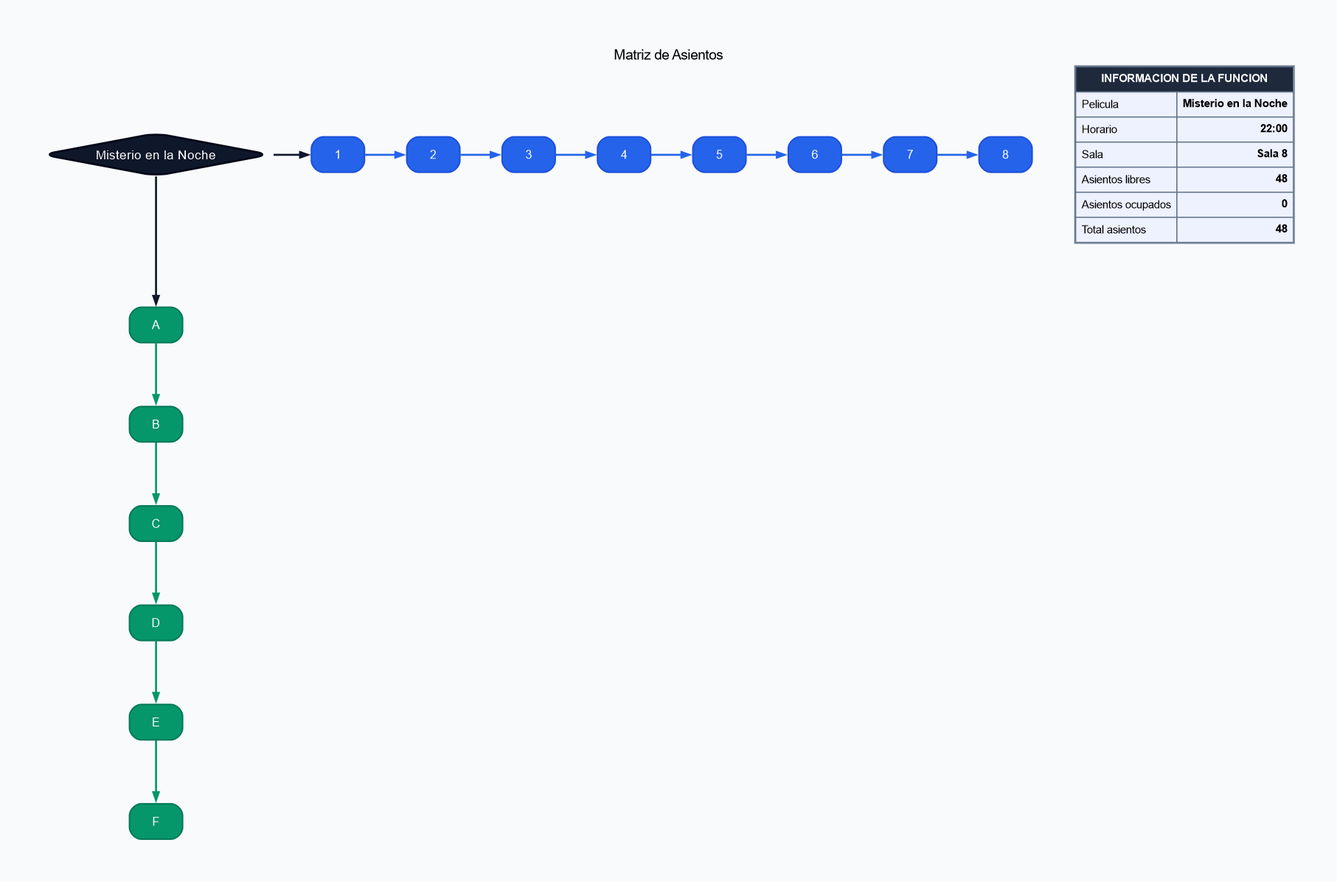
Above: EDD_Fase2/ProyectoF2/reportes/F080.png in MynorCanel/EDD_2S2026_PY_202307548 (Graphviz), before the change. Its source is kept beside it as EDD_Fase2/ProyectoF2/reportes/F080.dot.
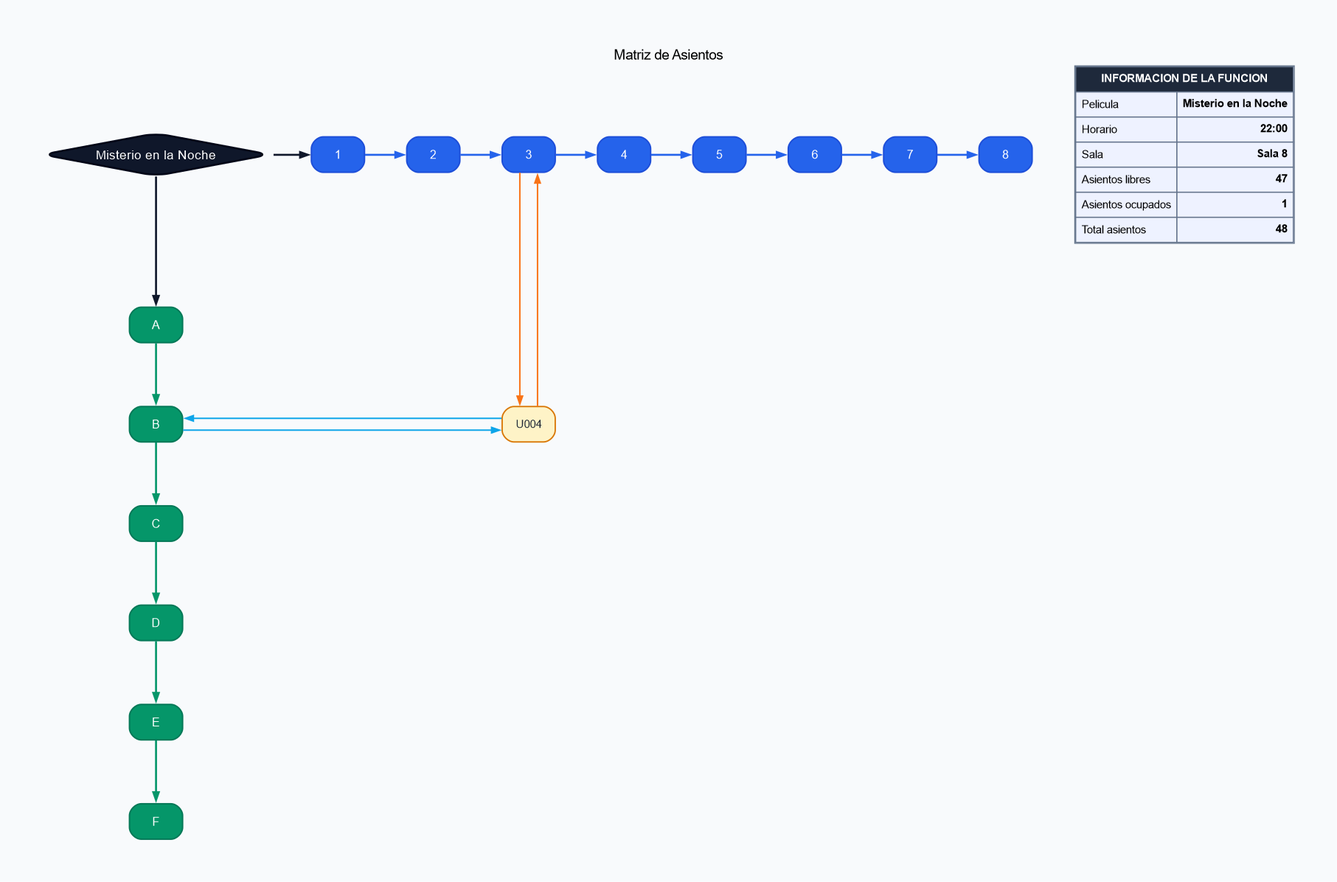
Later version of the same file.

What changed in the source:
```diff
@@ -27,7 +27,8 @@
 FilaE [label="E", style="rounded,filled", fillcolor="#059669", fontcolor=white, fontsize=12, group=0, color="#047857", penwidth=1.5];
 FilaF [label="F", style="rounded,filled", fillcolor="#059669", fontcolor=white, fontsize=12, group=0, color="#047857", penwidth=1.5];
 { rank=same; FilaA; }
-{ rank=same; FilaB; }
+{ rank=same; FilaB; NodoB3 [label="U004", style="rounded,filled", fillcolor="#fef3c7", fontcolor="#1f2937", group=3, color="#d97706", penwidth=1.4];
+NodoB3; }
 { rank=same; FilaC; }
 { rank=same; FilaD; }
 { rank=same; FilaE; }
@@ -46,6 +47,10 @@
 FilaC -> FilaD [color="#059669", penwidth=2, arrowhead=normal];
 FilaD -> FilaE [color="#059669", penwidth=2, arrowhead=normal];
 FilaE -> FilaF [color="#059669", penwidth=2, arrowhead=normal];
-Informacion [label=<<TABLE BORDER="1" CELLBORDER="1" CELLSPACING="0" CELLPADDING="5" COLOR="#64748b" BGCOLOR="#eef2ff"><TR><TD COLSPAN="2" BGCOLOR="#1e293b" ALIGN="CENTER"><FONT COLOR="white" FACE="Arial"><B>INFORMACION DE LA FUNCION</B></FONT></TD></TR><TR><TD ALIGN="LEFT"><FONT FACE="Arial">Pelicula</FONT></TD><TD ALIGN="RIGHT"><FONT FACE="Arial"><B>Misterio en la Noche</B></FONT></TD></TR><TR><TD ALIGN="LEFT"><FONT FACE="Arial">Horario</FONT></TD><TD ALIGN="RIGHT"><FONT FACE="Arial"><B>22:00</B></FONT></TD></TR><TR><TD ALIGN="LEFT"><FONT FACE="Arial">Sala</FONT></TD><TD ALIGN="RIGHT"><FONT FACE="Arial"><B>Sala 8</B></FONT></TD></TR><TR><TD ALIGN="LEFT"><FONT FACE="Arial">Asientos libres</FONT></TD><TD ALIGN="RIGHT"><FONT FACE="Arial"><B>48</B></FONT></TD></TR><TR><TD ALIGN="LEFT"><FONT FACE="Arial">Asientos ocupados</FONT></TD><TD ALIGN="RIGHT"><FONT FACE="Arial"><B>0</B></FONT></TD></TR><TR><TD ALIGN="LEFT"><FONT FACE="Arial">Total asientos</FONT></TD><TD ALIGN="RIGHT"><FONT FACE="Arial"><B>48</B></FONT></TD></TR></TABLE>>, shape=plain];
+FilaB -> NodoB3 [color="#0ea5e9", penwidth=1.5, arrowhead=normal];
+NodoB3 -> FilaB [color="#0ea5e9", penwidth=1.5, arrowhead=normal];
+Col3 -> NodoB3 [color="#f97316", penwidth=1.5, arrowhead=normal];
+NodoB3 -> Col3 [color="#f97316", penwidth=1.5, arrowhead=normal];
+Informacion [label=<<TABLE BORDER="1" CELLBORDER="1" CELLSPACING="0" CELLPADDING="5" COLOR="#64748b" BGCOLOR="#eef2ff"><TR><TD COLSPAN="2" BGCOLOR="#1e293b" ALIGN="CENTER"><FONT COLOR="white" FACE="Arial"><B>INFORMACION DE LA FUNCION</B></FONT></TD></TR><TR><TD ALIGN="LEFT"><FONT FACE="Arial">Pelicula</FONT></TD><TD ALIGN="RIGHT"><FONT FACE="Arial"><B>Misterio en la Noche</B></FONT></TD></TR><TR><TD ALIGN="LEFT"><FONT FACE="Arial">Horario</FONT></TD><TD ALIGN="RIGHT"><FONT FACE="Arial"><B>22:00</B></FONT></TD></TR><TR><TD ALIGN="LEFT"><FONT FACE="Arial">Sala</FONT></TD><TD ALIGN="RIGHT"><FONT FACE="Arial"><B>Sala 8</B></FONT></TD></TR><TR><TD ALIGN="LEFT"><FONT FACE="Arial">Asientos libres</FONT></TD><TD ALIGN="RIGHT"><FONT FACE="Arial"><B>47</B></FONT></TD></TR><TR><TD ALIGN="LEFT"><FONT FACE="Arial">Asientos ocupados</FONT></TD><TD ALIGN="RIGHT"><FONT FACE="Arial"><B>1</B></FONT></TD></TR><TR><TD ALIGN="LEFT"><FONT FACE="Arial">Total asientos</FONT></TD><TD ALIGN="RIGHT"><FONT FACE="Arial"><B>48</B></FONT></TD></TR></TABLE>>, shape=plain];
 { rank=same; Raiz; Informacion; }
 }
```
